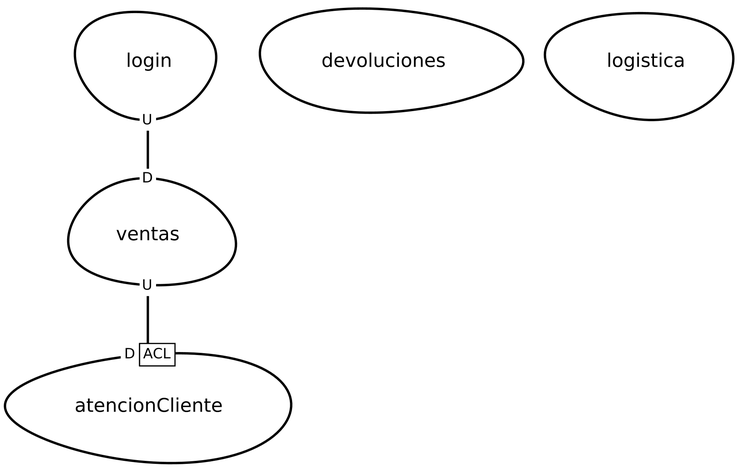
Before: src-gen/LAB02_proyectoEcomerce_ContexMapper_ContextMap.png, a diagram exported from Graphviz (Jhonat20/LAB02_proyectoEcomerce_ContexMapper). Its source is kept beside it as src-gen/LAB02_proyectoEcomerce_ContexMapper_ContextMap.gv.
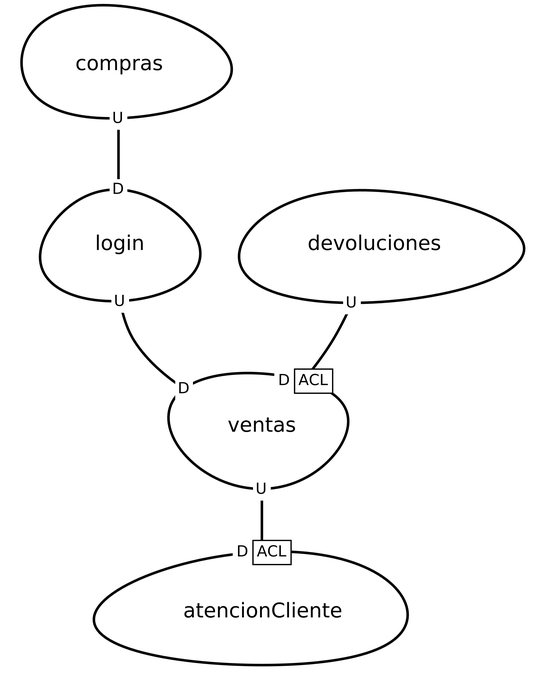
The same file after the commit.

Commit message:
Actualizacion diagrama

What changed in the source:
```diff
@@ -1,10 +1,15 @@
 digraph "ContextMapGraph" {
 graph ["imagepath"="/tmp/GraphvizJava"]
-"atencionCliente" ["margin"="0.3","orientation"="143","shape"="egg","fontsize"="16","style"="bold","label"="atencionCliente\n","fontname"="sans-serif"]
-"devoluciones" ["margin"="0.3","orientation"="27","shape"="egg","fontsize"="16","style"="bold","label"="devoluciones\n","fontname"="sans-serif"]
-"login" ["margin"="0.3","orientation"="304","shape"="egg","fontsize"="16","style"="bold","label"="login\n","fontname"="sans-serif"]
-"ventas" ["margin"="0.3","orientation"="346","shape"="egg","fontsize"="16","style"="bold","label"="ventas\n","fontname"="sans-serif"]
-"logistica" ["margin"="0.3","orientation"="52","shape"="egg","fontsize"="16","style"="bold","label"="logistica\n","fontname"="sans-serif"]
+"atencionCliente" ["margin"="0.3","orientation"="58","shape"="egg","fontsize"="16","style"="bold","label"="atencionCliente\n","fontname"="sans-serif"]
+"compras" ["margin"="0.3","orientation"="48","shape"="egg","fontsize"="16","style"="bold","label"="compras\n","fontname"="sans-serif"]
+"login" ["margin"="0.3","orientation"="140","shape"="egg","fontsize"="16","style"="bold","label"="login\n","fontname"="sans-serif"]
+"ventas" ["margin"="0.3","orientation"="287","shape"="egg","fontsize"="16","style"="bold","label"="ventas\n","fontname"="sans-serif"]
+"devoluciones" ["margin"="0.3","orientation"="243","shape"="egg","fontsize"="16","style"="bold","label"="devoluciones\n","fontname"="sans-serif"]
+"compras" -> "login" ["headlabel"=<<table cellspacing="0" cellborder="0" border="0">
+<tr><td bgcolor="white">D</td></tr>
+</table>>,"labeldistance"="0","fontsize"="12","taillabel"=<<table cellspacing="0" cellborder="0" border="0">
+<tr><td bgcolor="white">U</td></tr>
+</table>>,"style"="bold","label"="                                        ","dir"="none","fontname"="sans-serif"]
 "login" -> "ventas" ["headlabel"=<<table cellspacing="0" cellborder="0" border="0">
 <tr><td bgcolor="white">D</td></tr>
 </table>>,"labeldistance"="0","fontsize"="12","taillabel"=<<table cellspacing="0" cellborder="0" border="0">
@@ -15,4 +20,9 @@
 </table>>,"labeldistance"="0","fontsize"="12","taillabel"=<<table cellspacing="0" cellborder="0" border="0">
 <tr><td bgcolor="white">U</td></tr>
 </table>>,"style"="bold","label"="                                        ","dir"="none","fontname"="sans-serif"]
+"devoluciones" -> "ventas" ["headlabel"=<<table cellspacing="0" cellborder="1" border="0">
+<tr><td bgcolor="white" sides="r">D</td><td sides="trbl" bgcolor="white"><font>ACL</font></td></tr>
+</table>>,"labeldistance"="0","fontsize"="12","taillabel"=<<table cellspacing="0" cellborder="0" border="0">
+<tr><td bgcolor="white">U</td></tr>
+</table>>,"style"="bold","label"="                                        ","dir"="none","fontname"="sans-serif"]
 }
```
